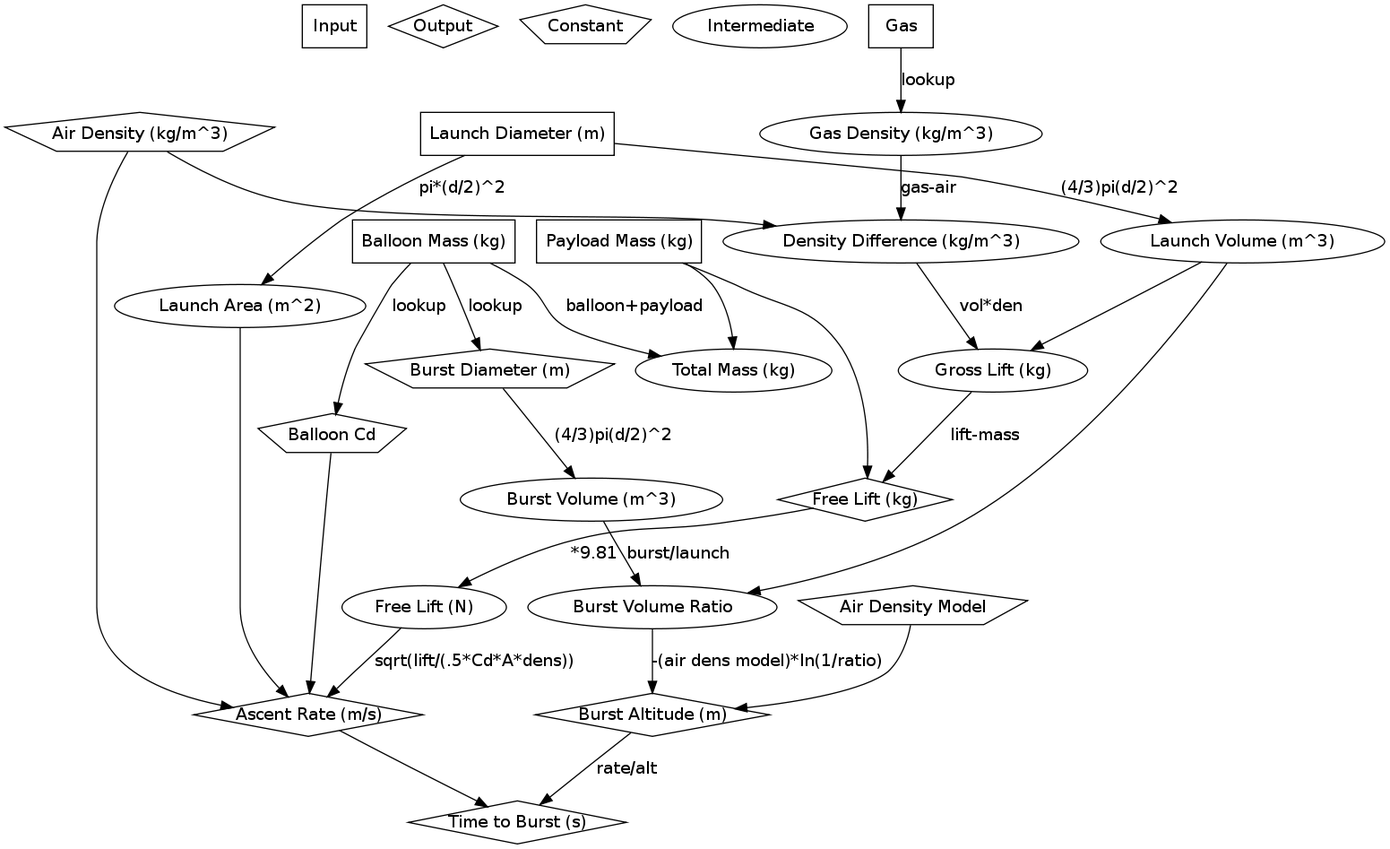
Earlier version of the Graphviz export original_flow.png (adamgreig/cusf-burst-calc). Its source is kept beside it as original_flow.dot.
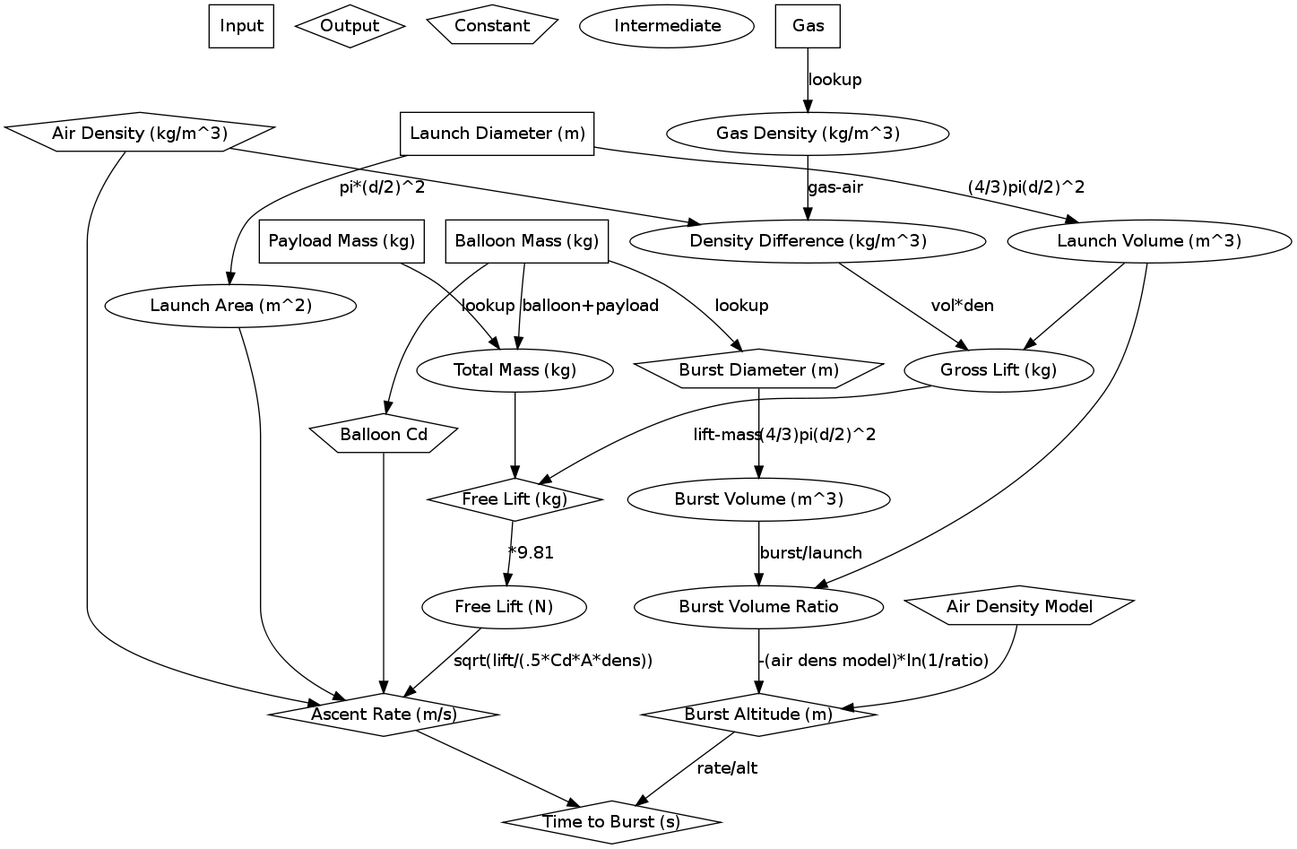
After the change.

Commit message:
Fixed another typo in original flow diagram

Change to the diagram source:
```diff
@@ -25,7 +25,7 @@
     "Balloon Mass (kg)" -> "Total Mass (kg)" [label="balloon+payload"];
     "Payload Mass (kg)" -> "Total Mass (kg)";
     "Gross Lift (kg)" -> "Free Lift (kg)" [label="lift-mass"];
-    "Payload Mass (kg)" -> "Free Lift (kg)";
+    "Total Mass (kg)" -> "Free Lift (kg)";
     "Free Lift (kg)" -> "Free Lift (N)" [label="*9.81"];
     "Balloon Mass (kg)" -> "Balloon Cd" [label="lookup"];
     "Air Density (kg/m^3)" -> "Ascent Rate (m/s)";
```
